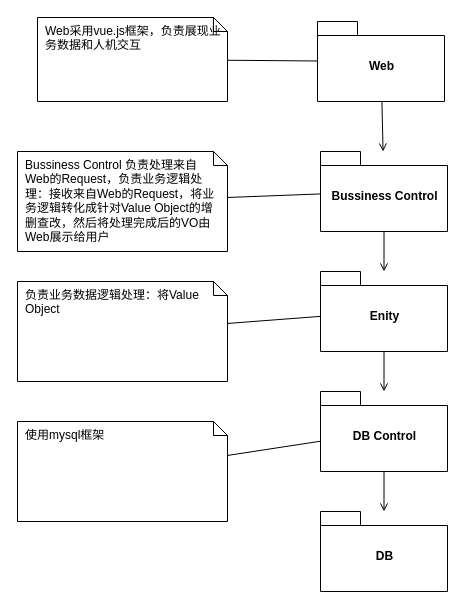
Before: uml-软件架构与框架.drawio in JMHello/draw, a draw.io diagram. Source tidied: cells renumbered, new cells numbered last; positions are measured from the earlier drawing's top-left corner, leaving out a move shared by most shapes. Both pictures are drawn from the tidied source at 100%, with x=0, y=0 at pixel (17, 17).
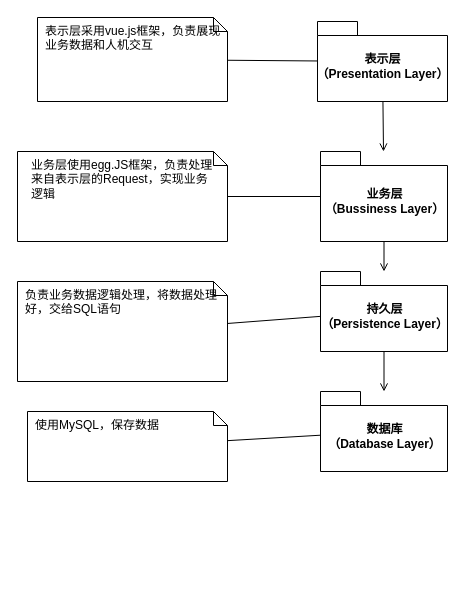
The same page after the edit.

Commit message (it also covers changes not shown here):
Update uml-软件架构与框架.drawio

Change to the diagram source:
```diff
@@
 <mxGraphModel>
   <root>
     <mxCell id="0" />
     <mxCell id="1" parent="0" />
     <mxCell id="2" style="edgeStyle=none;rounded=0;jettySize=auto;html=1;endArrow=open;endFill=0;" parent="1" edge="1" source="4" target="10">
       <mxGeometry relative="1" as="geometry" />
     </mxCell>
     <mxCell id="3" style="edgeStyle=none;rounded=0;jettySize=auto;html=1;endArrow=none;endFill=0;" parent="1" edge="1" source="4" target="16">
       <mxGeometry relative="1" as="geometry" />
     </mxCell>
-    <mxCell id="4" value="Bussiness Control" style="shape=folder;fontStyle=1;spacingTop=10;tabWidth=40;tabHeight=14;tabPosition=left;html=1;" parent="1" vertex="1">
-      <mxGeometry x="303" y="134" width="127" height="80" as="geometry" />
+    <mxCell id="4" value="业务层&lt;br&gt;（Bussiness Layer）&lt;br&gt;" style="shape=folder;fontStyle=1;spacingTop=10;tabWidth=40;tabHeight=14;tabPosition=left;html=1;" parent="1" vertex="1">
+      <mxGeometry x="303" y="134" width="127" height="90" as="geometry" />
     </mxCell>
     <mxCell id="5" style="rounded=0;jettySize=auto;html=1;endArrow=none;endFill=0;" parent="1" edge="1" source="7" target="15">
       <mxGeometry relative="1" as="geometry" />
     </mxCell>
     <mxCell id="6" style="edgeStyle=none;rounded=0;jettySize=auto;html=1;endArrow=open;endFill=0;" parent="1" edge="1" source="7" target="4">
       <mxGeometry relative="1" as="geometry" />
     </mxCell>
-    <mxCell id="7" value="Web" style="shape=folder;fontStyle=1;spacingTop=10;tabWidth=40;tabHeight=14;tabPosition=left;html=1;" parent="1" vertex="1">
-      <mxGeometry x="300" y="4" width="127" height="80" as="geometry" />
+    <mxCell id="7" value="表示层&lt;br&gt;（P&lt;span&gt;resentation Layer&lt;/span&gt;）&lt;br&gt;" style="shape=folder;fontStyle=1;spacingTop=10;tabWidth=40;tabHeight=14;tabPosition=left;html=1;" parent="1" vertex="1">
+      <mxGeometry x="300" y="4" width="130" height="80" as="geometry" />
     </mxCell>
     <mxCell id="8" style="edgeStyle=none;rounded=0;jettySize=auto;html=1;endArrow=open;endFill=0;" parent="1" edge="1" source="10" target="13">
       <mxGeometry relative="1" as="geometry" />
     </mxCell>
     <mxCell id="9" style="edgeStyle=none;rounded=0;jettySize=auto;html=1;endArrow=none;endFill=0;" parent="1" edge="1" source="10" target="17">
       <mxGeometry relative="1" as="geometry" />
     </mxCell>
-    <mxCell id="10" value="Enity" style="shape=folder;fontStyle=1;spacingTop=10;tabWidth=40;tabHeight=14;tabPosition=left;html=1;" parent="1" vertex="1">
+    <mxCell id="10" value="持久层&lt;br&gt;（P&lt;span&gt;ersistence Layer&lt;/span&gt;）&lt;br&gt;" style="shape=folder;fontStyle=1;spacingTop=10;tabWidth=40;tabHeight=14;tabPosition=left;html=1;" parent="1" vertex="1">
       <mxGeometry x="303" y="254" width="127" height="80" as="geometry" />
     </mxCell>
-    <mxCell id="11" style="edgeStyle=none;rounded=0;jettySize=auto;html=1;endArrow=open;endFill=0;" parent="1" edge="1" source="13" target="14">
-      <mxGeometry relative="1" as="geometry" />
-    </mxCell>
     <mxCell id="12" style="edgeStyle=none;rounded=0;jettySize=auto;html=1;endArrow=none;endFill=0;" parent="1" edge="1" source="13" target="18">
       <mxGeometry relative="1" as="geometry" />
     </mxCell>
-    <mxCell id="13" value="DB Control" style="shape=folder;fontStyle=1;spacingTop=10;tabWidth=40;tabHeight=14;tabPosition=left;html=1;" parent="1" vertex="1">
+    <mxCell id="13" value="数据库&lt;br&gt;（Database Layer）&lt;br&gt;" style="shape=folder;fontStyle=1;spacingTop=10;tabWidth=40;tabHeight=14;tabPosition=left;html=1;" parent="1" vertex="1">
       <mxGeometry x="303" y="374" width="127" height="80" as="geometry" />
     </mxCell>
-    <mxCell id="14" value="DB" style="shape=folder;fontStyle=1;spacingTop=10;tabWidth=40;tabHeight=14;tabPosition=left;html=1;" parent="1" vertex="1">
-      <mxGeometry x="303" y="494" width="127" height="80" as="geometry" />
-    </mxCell>
-    <mxCell id="15" value="Web采用vue.js框架，负责展现业务数据和人机交互" style="shape=note;whiteSpace=wrap;html=1;size=14;verticalAlign=top;align=left;spacingTop=0;spacingLeft=6;spacingRight=6;" parent="1" vertex="1">
+    <mxCell id="15" value="表示层采用vue.js框架，负责展现业务数据和人机交互" style="shape=note;whiteSpace=wrap;html=1;size=14;verticalAlign=top;align=left;spacingTop=0;spacingLeft=6;spacingRight=6;" parent="1" vertex="1">
       <mxGeometry x="20" width="190" height="84" as="geometry" />
     </mxCell>
-    <mxCell id="16" value="Bussiness Control 负责处理来自Web的Request，负责业务逻辑处理：接收来自Web的Request，将业务逻辑转化成针对Value Object的增删查改，然后将处理完成后的VO由Web展示给用户" style="shape=note;whiteSpace=wrap;html=1;size=14;verticalAlign=top;align=left;spacingTop=0;spacingLeft=6;spacingRight=6;" parent="1" vertex="1">
-      <mxGeometry y="134" width="210" height="100" as="geometry" />
+    <mxCell id="16" value="业务层使用egg.JS框架，负责处理来自表示层的Request，实现业务逻辑" style="shape=note;whiteSpace=wrap;html=1;size=14;verticalAlign=top;align=left;spacingTop=0;spacingLeft=12;spacingRight=12;" parent="1" vertex="1">
+      <mxGeometry y="134" width="210" height="90" as="geometry" />
     </mxCell>
-    <mxCell id="17" value="负责业务数据逻辑处理：将Value Object" style="shape=note;whiteSpace=wrap;html=1;size=14;verticalAlign=top;align=left;spacingTop=0;spacingLeft=6;spacingRight=6;" parent="1" vertex="1">
+    <mxCell id="17" value="负责业务数据逻辑处理，将数据处理好，交给SQL语句" style="shape=note;whiteSpace=wrap;html=1;size=14;verticalAlign=top;align=left;spacingTop=0;spacingLeft=6;spacingRight=6;" parent="1" vertex="1">
       <mxGeometry y="264" width="210" height="100" as="geometry" />
     </mxCell>
-    <mxCell id="18" value="使用mysql框架" style="shape=note;whiteSpace=wrap;html=1;size=14;verticalAlign=top;align=left;spacingTop=0;spacingLeft=6;spacingRight=6;" parent="1" vertex="1">
-      <mxGeometry y="404" width="210" height="100" as="geometry" />
+    <mxCell id="18" value="使用MySQL，保存数据" style="shape=note;whiteSpace=wrap;html=1;size=14;verticalAlign=top;align=left;spacingTop=0;spacingLeft=6;spacingRight=6;" parent="1" vertex="1">
+      <mxGeometry x="10" y="394" width="200" height="70" as="geometry" />
     </mxCell>
   </root>
 </mxGraphModel>
```
